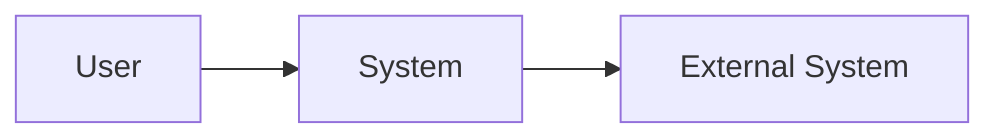
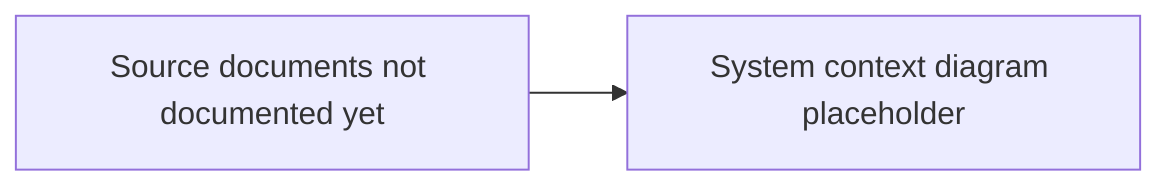
+ %% Placeholder diagram.
+ %% Replace only after source documents define the actual system context.
flowchart LR
-     User[User] --> System[System]
-     System --> External[External System]
- 
+     SourceDocs["Source documents not documented yet"] --> Diagram["System context diagram placeholder"]
